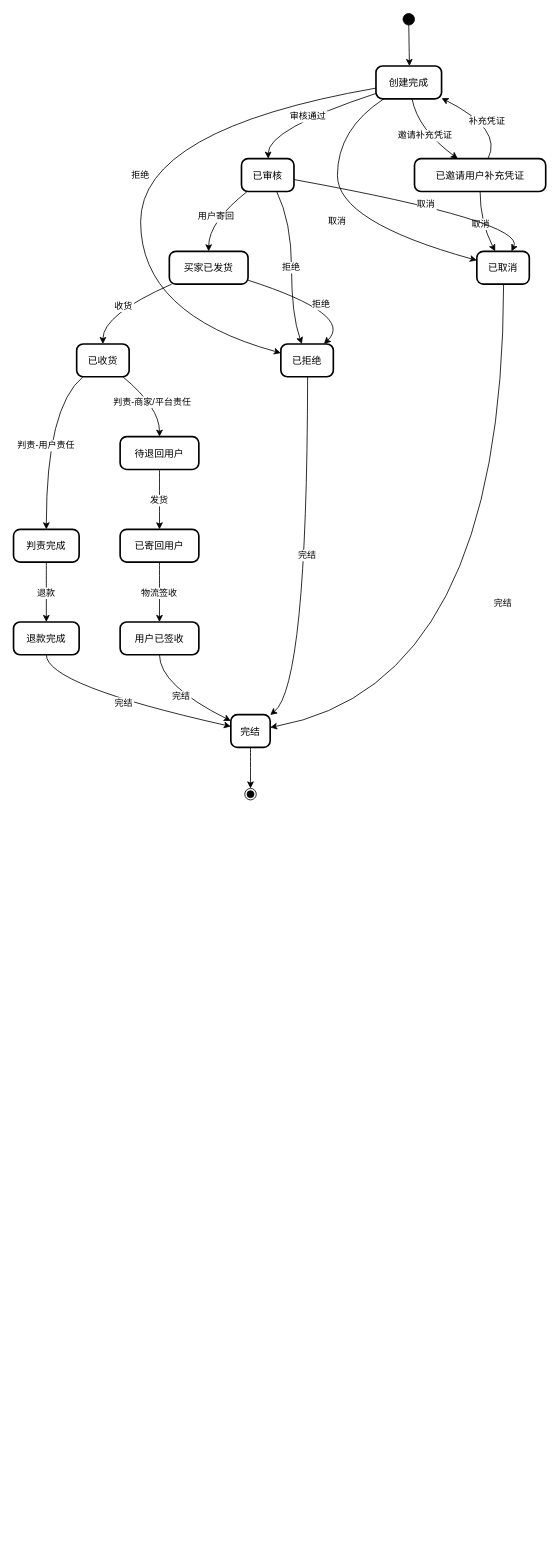
This is 售后单状态机.drawio from Eiji1422/diagrams, a draw.io file, before an edit. Source tidied: cells renumbered, new cells numbered last; positions are measured from the earlier drawing's top-left corner, leaving out a move shared by most shapes. Both pictures are drawn from the tidied source at 82%, with x=0, y=0 at pixel (13, 13).
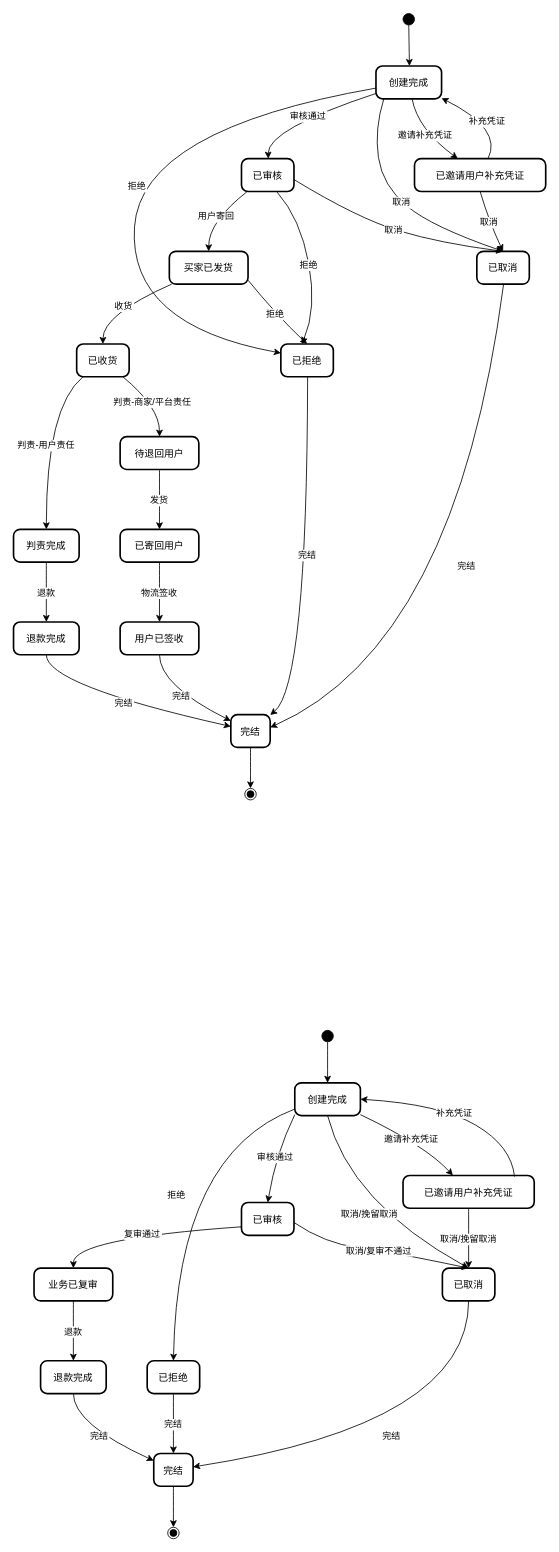
Above is the later version.

Commit message:
更新售后单状态机.drawio

The change refers to these unchanged cells:
```xml
<mxCell id="3" value="创建完成" style="rounded=1;arcSize=20;strokeWidth=2;" parent="1" vertex="1">
  <mxGeometry x="442" y="64" width="80" height="40" as="geometry" />
</mxCell>
<mxCell id="4" value="已邀请用户补充凭证" style="rounded=1;arcSize=20;strokeWidth=2;" parent="1" vertex="1">
  <mxGeometry x="489" y="177" width="160" height="40" as="geometry" />
</mxCell>
<mxCell id="5" value="已取消" style="rounded=1;arcSize=20;strokeWidth=2;" parent="1" vertex="1">
  <mxGeometry x="565" y="290" width="64" height="40" as="geometry" />
</mxCell>
<mxCell id="6" value="已拒绝" style="rounded=1;arcSize=20;strokeWidth=2;" parent="1" vertex="1">
  <mxGeometry x="326" y="403" width="64" height="40" as="geometry" />
</mxCell>
<mxCell id="7" value="已审核" style="rounded=1;arcSize=20;strokeWidth=2;" parent="1" vertex="1">
  <mxGeometry x="278" y="177" width="64" height="40" as="geometry" />
</mxCell>
<mxCell id="8" value="买家已发货" style="rounded=1;arcSize=20;strokeWidth=2;" parent="1" vertex="1">
  <mxGeometry x="190" y="290" width="96" height="40" as="geometry" />
</mxCell>
<mxCell id="13" value="完结" style="rounded=1;arcSize=20;strokeWidth=2;" parent="1" vertex="1">
  <mxGeometry x="265" y="855" width="48" height="40" as="geometry" />
</mxCell>
```

Change to the diagram source:
```diff
@@
-    <mxCell id="19" value="取消" style="curved=1;startArrow=none;exitX=0.12;exitY=1;entryX=0.01;entryY=0.28;rounded=0;" parent="1" edge="1" source="3" target="5">
+    <mxCell id="19" value="取消" style="curved=1;startArrow=none;exitX=0.12;exitY=1;entryX=0.5;entryY=0;rounded=0;entryDx=0;entryDy=0;" parent="1" edge="1" source="3" target="5">
       <mxGeometry relative="1" as="geometry">
         <Array as="points">
-          <mxPoint x="395" y="141" />
-          <mxPoint x="395" y="254" />
+          <mxPoint x="440" y="141" />
+          <mxPoint x="450" y="210" />
+          <mxPoint x="510" y="260" />
         </Array>
       </mxGeometry>
     </mxCell>
     <mxCell id="20" value="拒绝" style="curved=1;startArrow=none;exitX=0.01;exitY=0.67;entryX=0.01;entryY=0.28;rounded=0;" parent="1" edge="1" source="3" target="6">
       <mxGeometry relative="1" as="geometry">
         <Array as="points">
           <mxPoint x="155" y="141" />
-          <mxPoint x="155" y="367" />
+          <mxPoint x="140" y="380" />
         </Array>
       </mxGeometry>
     </mxCell>
@@
-    <mxCell id="23" value="取消" style="curved=1;startArrow=none;exitX=0.5;exitY=1;entryX=0.35;entryY=0;rounded=0;" parent="1" edge="1" source="4" target="5">
+    <mxCell id="23" value="取消" style="curved=1;startArrow=none;exitX=0.5;exitY=1;entryX=0.5;entryY=0;rounded=0;entryDx=0;entryDy=0;" parent="1" edge="1" source="4" target="5">
       <mxGeometry relative="1" as="geometry">
         <Array as="points">
-          <mxPoint x="569" y="254" />
+          <mxPoint x="580" y="254" />
         </Array>
       </mxGeometry>
     </mxCell>
-    <mxCell id="24" value="取消" style="curved=1;startArrow=none;exitX=1.01;exitY=0.64;entryX=0.66;entryY=0;rounded=0;" parent="1" edge="1" source="7" target="5">
+    <mxCell id="24" value="取消" style="curved=1;startArrow=none;exitX=1.01;exitY=0.64;entryX=0.5;entryY=0;rounded=0;entryDx=0;entryDy=0;" parent="1" edge="1" source="7" target="5">
       <mxGeometry relative="1" as="geometry">
         <Array as="points">
-          <mxPoint x="625" y="254" />
+          <mxPoint x="420" y="250" />
+          <mxPoint x="520" y="280" />
         </Array>
       </mxGeometry>
     </mxCell>
     <mxCell id="25" value="拒绝" style="curved=1;startArrow=none;exitX=0.67;exitY=1;entryX=0.4;entryY=0;rounded=0;" parent="1" edge="1" source="7" target="6">
       <mxGeometry relative="1" as="geometry">
         <Array as="points">
-          <mxPoint x="339" y="254" />
-          <mxPoint x="339" y="367" />
+          <mxPoint x="350" y="250" />
+          <mxPoint x="370" y="360" />
         </Array>
       </mxGeometry>
     </mxCell>
@@
-    <mxCell id="27" value="拒绝" style="curved=1;startArrow=none;exitX=1;exitY=0.88;entryX=0.82;entryY=0;rounded=0;" parent="1" edge="1" source="8" target="6">
+    <mxCell id="27" value="拒绝" style="curved=1;startArrow=none;exitX=1;exitY=0.88;entryX=0.5;entryY=0;rounded=0;entryDx=0;entryDy=0;" parent="1" edge="1" source="8" target="6">
       <mxGeometry relative="1" as="geometry">
         <Array as="points">
-          <mxPoint x="416" y="367" />
+          <mxPoint x="320" y="367" />
         </Array>
       </mxGeometry>
     </mxCell>
@@
     <mxCell id="37" value="完结" style="curved=1;startArrow=none;exitX=0.51;exitY=1;entryX=1;entryY=0.39;rounded=0;" parent="1" edge="1" source="5" target="13">
       <mxGeometry relative="1" as="geometry">
         <Array as="points">
-          <mxPoint x="597" y="819" />
+          <mxPoint x="540" y="770" />
         </Array>
       </mxGeometry>
     </mxCell>
@@
+    <mxCell id="39" style="ellipse;fillColor=strokeColor;" parent="1" vertex="1">
+      <mxGeometry x="376" y="1240" width="14" height="14" as="geometry" />
+    </mxCell>
+    <mxCell id="40" value="创建完成" style="rounded=1;arcSize=20;strokeWidth=2;" parent="1" vertex="1">
+      <mxGeometry x="343" y="1304" width="80" height="40" as="geometry" />
+    </mxCell>
+    <mxCell id="41" value="已邀请用户补充凭证" style="rounded=1;arcSize=20;strokeWidth=2;" parent="1" vertex="1">
+      <mxGeometry x="475" y="1417" width="160" height="40" as="geometry" />
+    </mxCell>
+    <mxCell id="42" value="已取消" style="rounded=1;arcSize=20;strokeWidth=2;" parent="1" vertex="1">
+      <mxGeometry x="523" y="1530" width="64" height="40" as="geometry" />
+    </mxCell>
+    <mxCell id="43" value="已拒绝" style="rounded=1;arcSize=20;strokeWidth=2;" parent="1" vertex="1">
+      <mxGeometry x="163" y="1643" width="64" height="40" as="geometry" />
+    </mxCell>
+    <mxCell id="44" value="已审核" style="rounded=1;arcSize=20;strokeWidth=2;" parent="1" vertex="1">
+      <mxGeometry x="278" y="1450" width="64" height="40" as="geometry" />
+    </mxCell>
+    <mxCell id="45" value="业务已复审" style="rounded=1;arcSize=20;strokeWidth=2;" parent="1" vertex="1">
+      <mxGeometry x="25" y="1530" width="96" height="40" as="geometry" />
+    </mxCell>
+    <mxCell id="46" value="退款完成" style="rounded=1;arcSize=20;strokeWidth=2;" parent="1" vertex="1">
+      <mxGeometry x="33" y="1643" width="80" height="40" as="geometry" />
+    </mxCell>
+    <mxCell id="47" value="完结" style="rounded=1;arcSize=20;strokeWidth=2;" parent="1" vertex="1">
+      <mxGeometry x="171" y="1756" width="48" height="40" as="geometry" />
+    </mxCell>
+    <mxCell id="48" style="ellipse;shape=endState;fillColor=strokeColor;" parent="1" vertex="1">
+      <mxGeometry x="188" y="1846" width="14" height="14" as="geometry" />
+    </mxCell>
+    <mxCell id="49" style="curved=1;startArrow=none;exitX=0.51;exitY=1;entryX=0.5;entryY=0;rounded=0;" parent="1" edge="1" source="39" target="40">
+      <mxGeometry relative="1" as="geometry" />
+    </mxCell>
+    <mxCell id="50" value="邀请补充凭证" style="curved=1;startArrow=none;exitX=1;exitY=0.97;entryX=0.38;entryY=0;rounded=0;" parent="1" edge="1" source="40" target="41">
+      <mxGeometry relative="1" as="geometry">
+        <Array as="points">
+          <mxPoint x="503" y="1381" />
+        </Array>
+      </mxGeometry>
+    </mxCell>
+    <mxCell id="51" value="取消/挽留取消" style="curved=1;startArrow=none;exitX=0.5;exitY=1;entryX=0.5;entryY=0;rounded=0;entryDx=0;entryDy=0;" parent="1" edge="1" source="40" target="42">
+      <mxGeometry relative="1" as="geometry">
+        <Array as="points">
+          <mxPoint x="410" y="1450" />
+        </Array>
+      </mxGeometry>
+    </mxCell>
+    <mxCell id="52" value="拒绝" style="curved=1;startArrow=none;exitX=0;exitY=0.8;entryX=0.5;entryY=0;rounded=0;" parent="1" edge="1" source="40" target="43">
+      <mxGeometry relative="1" as="geometry">
+        <Array as="points">
+          <mxPoint x="200" y="1390" />
+        </Array>
+      </mxGeometry>
+    </mxCell>
+    <mxCell id="53" value="审核通过" style="curved=1;startArrow=none;exitX=0;exitY=0.97;entryX=0.5;entryY=0;rounded=0;" parent="1" edge="1" source="40" target="44">
+      <mxGeometry relative="1" as="geometry">
+        <Array as="points">
+          <mxPoint x="320" y="1390" />
+        </Array>
+      </mxGeometry>
+    </mxCell>
+    <mxCell id="54" value="补充凭证" style="curved=1;startArrow=none;exitX=0.85;exitY=0.033;entryX=1;entryY=0.5;rounded=0;exitDx=0;exitDy=0;exitPerimeter=0;entryDx=0;entryDy=0;" parent="1" edge="1" source="41" target="40">
+      <mxGeometry relative="1" as="geometry">
+        <Array as="points">
+          <mxPoint x="607" y="1381" />
+          <mxPoint x="520" y="1330" />
+        </Array>
+      </mxGeometry>
+    </mxCell>
+    <mxCell id="55" value="取消/挽留取消" style="curved=1;startArrow=none;exitX=0.5;exitY=1;entryX=0.5;entryY=0;rounded=0;" parent="1" edge="1" source="41" target="42">
+      <mxGeometry relative="1" as="geometry" />
+    </mxCell>
+    <mxCell id="56" value="复审通过" style="curved=1;startArrow=none;exitX=0;exitY=0.74;entryX=0.5;entryY=0;rounded=0;" parent="1" edge="1" source="44" target="45">
+      <mxGeometry relative="1" as="geometry">
+        <Array as="points">
+          <mxPoint x="73" y="1494" />
+        </Array>
+      </mxGeometry>
+    </mxCell>
+    <mxCell id="57" value="取消/复审不通过" style="curved=1;startArrow=none;exitX=1;exitY=0.61;entryX=0.5;entryY=0;rounded=0;entryDx=0;entryDy=0;" parent="1" edge="1" source="44" target="42">
+      <mxGeometry relative="1" as="geometry">
+        <Array as="points">
+          <mxPoint x="380" y="1500" />
+          <mxPoint x="460" y="1510" />
+        </Array>
+      </mxGeometry>
+    </mxCell>
+    <mxCell id="58" value="退款" style="curved=1;startArrow=none;exitX=0.5;exitY=1;entryX=0.5;entryY=0;rounded=0;" parent="1" edge="1" source="45" target="46">
+      <mxGeometry relative="1" as="geometry" />
+    </mxCell>
+    <mxCell id="59" value="完结" style="curved=1;startArrow=none;exitX=0.5;exitY=1;entryX=0;entryY=0.22;rounded=0;" parent="1" edge="1" source="46" target="47">
+      <mxGeometry relative="1" as="geometry">
+        <Array as="points">
+          <mxPoint x="73" y="1720" />
+        </Array>
+      </mxGeometry>
+    </mxCell>
+    <mxCell id="60" value="完结" style="curved=1;startArrow=none;exitX=0.5;exitY=1;entryX=0.5;entryY=0;rounded=0;" parent="1" edge="1" source="43" target="47">
+      <mxGeometry relative="1" as="geometry" />
+    </mxCell>
+    <mxCell id="61" value="完结" style="curved=1;startArrow=none;exitX=0.5;exitY=1;entryX=1;entryY=0.41;rounded=0;" parent="1" edge="1" source="42" target="47">
+      <mxGeometry relative="1" as="geometry">
+        <Array as="points">
+          <mxPoint x="555" y="1720" />
+        </Array>
+      </mxGeometry>
+    </mxCell>
+    <mxCell id="62" style="curved=1;startArrow=none;exitX=0.5;exitY=1;entryX=0.5;entryY=0;rounded=0;" parent="1" edge="1" source="47" target="48">
+      <mxGeometry relative="1" as="geometry" />
+    </mxCell>
```
